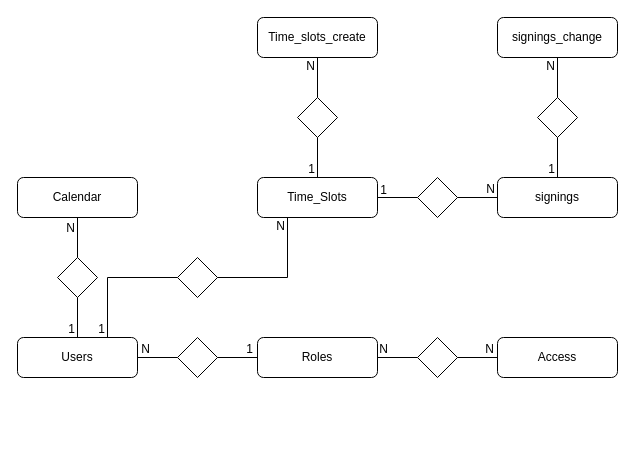
This is Entity-Relation.drawio from josemiz95/Control-Horario, a draw.io file, before an edit. Source tidied: cells renumbered, new cells numbered last; positions are measured from the earlier drawing's top-left corner, leaving out a move shared by most shapes. Both pictures are drawn from the tidied source at 100%, with x=0, y=0 at pixel (17, 17).
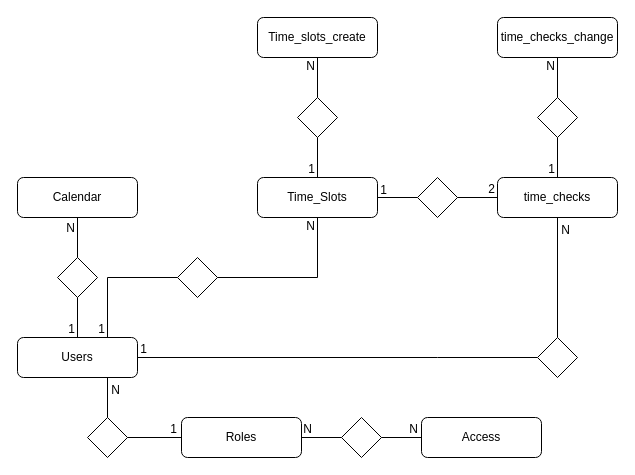
Above is the later version.

Unchanged cells that the change refers to:
```xml
<mxCell id="2" value="Users" style="rounded=1;whiteSpace=wrap;html=1;" parent="1" vertex="1">
  <mxGeometry y="320" width="120" height="40" as="geometry" />
</mxCell>
<mxCell id="6" value="Time_Slots" style="rounded=1;whiteSpace=wrap;html=1;" parent="1" vertex="1">
  <mxGeometry x="240" y="160" width="120" height="40" as="geometry" />
</mxCell>
<mxCell id="11" style="rhombus;whiteSpace=wrap;html=1;" parent="1" vertex="1">
  <mxGeometry x="160" y="240" width="40" height="40" as="geometry" />
</mxCell>
<mxCell id="35" style="endArrow=none;html=1;rounded=0;edgeStyle=orthogonalEdgeStyle;entryX=0;entryY=0.5;entryDx=0;entryDy=0;exitX=1;exitY=0.5;exitDx=0;exitDy=0;" parent="1" edge="1" source="12" target="7">
  <mxGeometry relative="1" as="geometry" />
</mxCell>
```

The edit, as a diff of the source:
```diff
@@
     <mxCell id="3" value="Roles" style="rounded=1;whiteSpace=wrap;html=1;" parent="1" vertex="1">
-      <mxGeometry x="240" y="320" width="120" height="40" as="geometry" />
+      <mxGeometry x="164" y="400" width="120" height="40" as="geometry" />
     </mxCell>
     <mxCell id="4" value="Access" style="rounded=1;whiteSpace=wrap;html=1;" parent="1" vertex="1">
-      <mxGeometry x="480" y="320" width="120" height="40" as="geometry" />
+      <mxGeometry x="404" y="400" width="120" height="40" as="geometry" />
     </mxCell>
@@
-    <mxCell id="7" value="signings" style="rounded=1;whiteSpace=wrap;html=1;" parent="1" vertex="1">
+    <mxCell id="7" value="time_checks" style="rounded=1;whiteSpace=wrap;html=1;" parent="1" vertex="1">
       <mxGeometry x="480" y="160" width="120" height="40" as="geometry" />
     </mxCell>
     <mxCell id="8" style="rhombus;whiteSpace=wrap;html=1;" parent="1" vertex="1">
-      <mxGeometry x="160" y="320" width="40" height="40" as="geometry" />
+      <mxGeometry x="70" y="400" width="40" height="40" as="geometry" />
     </mxCell>
     <mxCell id="9" style="rhombus;whiteSpace=wrap;html=1;" parent="1" vertex="1">
-      <mxGeometry x="400" y="320" width="40" height="40" as="geometry" />
+      <mxGeometry x="324" y="400" width="40" height="40" as="geometry" />
     </mxCell>
@@
-    <mxCell id="14" value="signings_change" style="rounded=1;whiteSpace=wrap;html=1;" parent="1" vertex="1">
+    <mxCell id="14" value="time_checks_change" style="rounded=1;whiteSpace=wrap;html=1;" parent="1" vertex="1">
       <mxGeometry x="480" width="120" height="40" as="geometry" />
     </mxCell>
@@
-    <mxCell id="19" style="endArrow=none;html=1;rounded=0;edgeStyle=orthogonalEdgeStyle;entryX=1;entryY=0.5;entryDx=0;entryDy=0;exitX=0;exitY=0.5;exitDx=0;exitDy=0;" parent="1" edge="1" source="8" target="2">
+    <mxCell id="19" style="endArrow=none;html=1;rounded=0;edgeStyle=orthogonalEdgeStyle;entryX=0.75;entryY=1;entryDx=0;entryDy=0;exitX=0.5;exitY=0;exitDx=0;exitDy=0;" parent="1" edge="1" source="8" target="2">
       <mxGeometry relative="1" as="geometry" />
     </mxCell>
     <mxCell id="20" value="N" style="html=1;align=right;verticalAlign=bottom;" parent="19" vertex="1">
       <mxGeometry x="1" relative="1" as="geometry">
-        <mxPoint x="13" as="offset" />
+        <mxPoint x="13" y="21" as="offset" />
       </mxGeometry>
     </mxCell>
@@
-    <mxCell id="29" style="endArrow=none;html=1;rounded=0;edgeStyle=orthogonalEdgeStyle;entryX=0.25;entryY=1;entryDx=0;entryDy=0;exitX=1;exitY=0.5;exitDx=0;exitDy=0;" parent="1" edge="1" source="11" target="6">
+    <mxCell id="29" style="endArrow=none;html=1;rounded=0;edgeStyle=orthogonalEdgeStyle;entryX=0.5;entryY=1;entryDx=0;entryDy=0;exitX=1;exitY=0.5;exitDx=0;exitDy=0;" parent="1" edge="1" source="11" target="6">
       <mxGeometry relative="1" as="geometry" />
     </mxCell>
@@
-    <mxCell id="36" value="N" style="html=1;align=right;verticalAlign=bottom;" parent="35" vertex="1">
+    <mxCell id="36" value="2" style="html=1;align=right;verticalAlign=bottom;" parent="35" vertex="1">
       <mxGeometry x="1" relative="1" as="geometry">
         <mxPoint x="-2" as="offset" />
       </mxGeometry>
     </mxCell>
@@
+    <mxCell id="45" style="endArrow=none;html=1;rounded=0;edgeStyle=orthogonalEdgeStyle;entryX=1;entryY=0.5;entryDx=0;entryDy=0;exitX=0;exitY=0.5;exitDx=0;exitDy=0;" parent="1" edge="1" source="49" target="2">
+      <mxGeometry relative="1" as="geometry">
+        <Array as="points">
+          <mxPoint x="420" y="340" />
+          <mxPoint x="420" y="340" />
+        </Array>
+      </mxGeometry>
+    </mxCell>
+    <mxCell id="46" value="1" style="html=1;align=right;verticalAlign=bottom;" parent="45" vertex="1">
+      <mxGeometry x="1" relative="1" as="geometry">
+        <mxPoint x="10" as="offset" />
+      </mxGeometry>
+    </mxCell>
+    <mxCell id="47" style="endArrow=none;html=1;rounded=0;edgeStyle=orthogonalEdgeStyle;entryX=0.5;entryY=1;entryDx=0;entryDy=0;exitX=0.5;exitY=0;exitDx=0;exitDy=0;" parent="1" edge="1" source="49" target="7">
+      <mxGeometry relative="1" as="geometry" />
+    </mxCell>
+    <mxCell id="48" value="N" style="html=1;align=right;verticalAlign=bottom;" parent="47" vertex="1">
+      <mxGeometry x="1" relative="1" as="geometry">
+        <mxPoint x="13" y="21" as="offset" />
+      </mxGeometry>
+    </mxCell>
+    <mxCell id="49" style="rhombus;whiteSpace=wrap;html=1;" parent="1" vertex="1">
+      <mxGeometry x="520" y="320" width="40" height="40" as="geometry" />
+    </mxCell>
```
